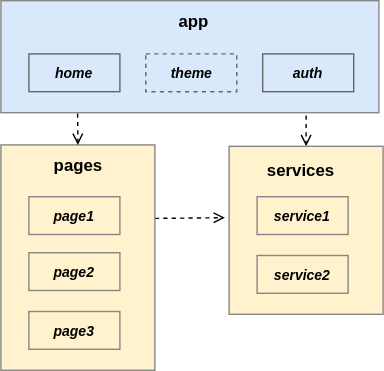
This is docs/diagrams/pigal_project_architecture.drawio.svg from MalcomChumchouaPenda/Pigal-Flask, a draw.io export, as it was before one commit. Source tidied: cells renumbered, new cells last; positions are measured from the earlier drawing's top-left corner, leaving out a move shared by most shapes.
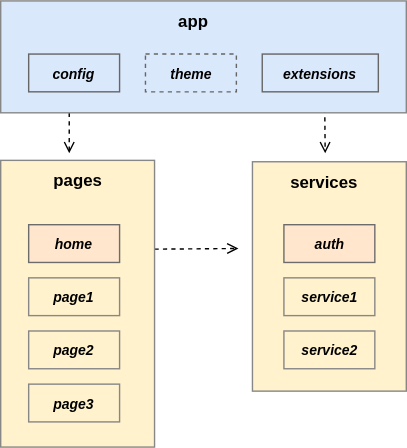
The same diagram one commit later.

Diff of the diagram source:
```diff
@@ -4,59 +4,68 @@
     <mxCell id="1" parent="0" />
     <mxCell id="2" style="rounded=0;orthogonalLoop=1;jettySize=auto;html=1;dashed=1;endArrow=open;endFill=0;exitX=1;exitY=0.5;exitDx=0;exitDy=0;" parent="1" edge="1">
       <mxGeometry relative="1" as="geometry">
-        <mxPoint x="110" y="155.5" as="sourcePoint" />
-        <mxPoint x="160" y="155" as="targetPoint" />
+        <mxPoint x="110" y="177.5" as="sourcePoint" />
+        <mxPoint x="170" y="177" as="targetPoint" />
       </mxGeometry>
     </mxCell>
     <mxCell id="3" style="rounded=0;whiteSpace=wrap;html=1;fillColor=#fff2cc;strokeColor=#878787;fontSize=12;" parent="1" vertex="1">
-      <mxGeometry y="103" width="110" height="161" as="geometry" />
+      <mxGeometry y="114" width="110" height="205" as="geometry" />
     </mxCell>
     <mxCell id="4" value="pages" style="text;html=1;strokeColor=none;fillColor=none;align=center;verticalAlign=middle;whiteSpace=wrap;rounded=0;fontStyle=1;fontSize=12;" parent="1" vertex="1">
-      <mxGeometry x="30" y="103" width="51" height="30" as="geometry" />
+      <mxGeometry x="30" y="114" width="51" height="30" as="geometry" />
     </mxCell>
-    <mxCell id="5" style="rounded=0;jettySize=auto;html=1;dashed=1;endArrow=open;endFill=0;fontSize=12;entryX=0.5;entryY=0;entryDx=0;entryDy=0;startArrow=none;startFill=0;edgeStyle=orthogonalEdgeStyle;exitX=0.203;exitY=1.007;exitDx=0;exitDy=0;exitPerimeter=0;" parent="1" edge="1" source="7" target="3">
-      <mxGeometry relative="1" as="geometry" />
+    <mxCell id="5" style="rounded=0;orthogonalLoop=1;jettySize=auto;html=1;dashed=1;endArrow=open;endFill=0;fontSize=12;startArrow=none;startFill=0;exitX=0.25;exitY=1;exitDx=0;exitDy=0;" parent="1" edge="1">
+      <mxGeometry relative="1" as="geometry">
+        <mxPoint x="49" y="80" as="sourcePoint" />
+        <mxPoint x="49" y="109" as="targetPoint" />
+      </mxGeometry>
     </mxCell>
-    <mxCell id="6" style="rounded=0;jettySize=auto;html=1;entryX=0.5;entryY=0;entryDx=0;entryDy=0;endArrow=open;endFill=0;dashed=1;startArrow=none;startFill=0;" parent="1" edge="1" target="8">
+    <mxCell id="6" style="rounded=0;jettySize=auto;html=1;endArrow=open;endFill=0;dashed=1;startArrow=none;startFill=0;exitX=0.799;exitY=0.965;exitDx=0;exitDy=0;exitPerimeter=0;" parent="1" edge="1" source="7">
       <mxGeometry relative="1" as="geometry">
-        <mxPoint x="218" y="82" as="sourcePoint" />
+        <mxPoint x="232" y="109" as="targetPoint" />
       </mxGeometry>
     </mxCell>
     <mxCell id="7" style="rounded=0;whiteSpace=wrap;html=1;fillColor=#dae8fc;fontStyle=1;fontSize=12;strokeColor=#878787;" parent="1" vertex="1">
-      <mxGeometry width="270" height="80" as="geometry" />
+      <mxGeometry width="290" height="80" as="geometry" />
     </mxCell>
     <mxCell id="8" style="rounded=0;whiteSpace=wrap;html=1;fillColor=#fff2cc;strokeColor=#878787;fontSize=12;" parent="1" vertex="1">
-      <mxGeometry x="163" y="104" width="110" height="120" as="geometry" />
+      <mxGeometry x="180" y="115" width="110" height="164" as="geometry" />
     </mxCell>
     <mxCell id="9" value="services" style="text;html=1;strokeColor=none;fillColor=none;align=center;verticalAlign=middle;whiteSpace=wrap;rounded=0;fontStyle=1;fontSize=12;" parent="1" vertex="1">
-      <mxGeometry x="189" y="107" width="51" height="30" as="geometry" />
+      <mxGeometry x="206" y="115" width="51" height="30" as="geometry" />
     </mxCell>
     <mxCell id="10" value="service1" style="rounded=0;whiteSpace=wrap;html=1;fillColor=none;fontStyle=3;fontSize=10;strokeColor=#878787;strokeWidth=1;" parent="1" vertex="1">
-      <mxGeometry x="183" y="140" width="65" height="27" as="geometry" />
+      <mxGeometry x="202.5" y="198" width="65" height="27" as="geometry" />
     </mxCell>
     <mxCell id="11" value="app" style="text;html=1;strokeColor=none;fillColor=none;align=center;verticalAlign=middle;whiteSpace=wrap;rounded=0;fontStyle=1;fontSize=12;" parent="1" vertex="1">
       <mxGeometry x="120.2" width="35.5" height="30" as="geometry" />
     </mxCell>
     <mxCell id="12" value="page1" style="rounded=0;whiteSpace=wrap;html=1;fillColor=none;fontStyle=3;fontSize=10;strokeColor=#878787;strokeWidth=1;" parent="1" vertex="1">
-      <mxGeometry x="20" y="140" width="65" height="27" as="geometry" />
+      <mxGeometry x="20" y="198" width="65" height="27" as="geometry" />
     </mxCell>
     <mxCell id="13" value="service2" style="rounded=0;whiteSpace=wrap;html=1;fillColor=none;fontStyle=3;fontSize=10;strokeColor=#878787;strokeWidth=1;" parent="1" vertex="1">
-      <mxGeometry x="183" y="182" width="65" height="27" as="geometry" />
+      <mxGeometry x="202.5" y="236" width="65" height="27" as="geometry" />
     </mxCell>
     <mxCell id="14" value="page2" style="rounded=0;whiteSpace=wrap;html=1;fillColor=none;fontStyle=3;fontSize=10;strokeColor=#878787;strokeWidth=1;" parent="1" vertex="1">
-      <mxGeometry x="20" y="180" width="65" height="27" as="geometry" />
+      <mxGeometry x="20" y="236" width="65" height="27" as="geometry" />
     </mxCell>
     <mxCell id="15" value="page3" style="rounded=0;whiteSpace=wrap;html=1;fillColor=none;fontStyle=3;fontSize=10;strokeColor=#878787;strokeWidth=1;" parent="1" vertex="1">
-      <mxGeometry x="20" y="222" width="65" height="27" as="geometry" />
+      <mxGeometry x="20" y="274" width="65" height="27" as="geometry" />
     </mxCell>
-    <mxCell id="16" value="home" style="rounded=0;whiteSpace=wrap;html=1;fillColor=#dae8fc;fontStyle=3;fontSize=10;strokeColor=#666666;strokeWidth=1;" parent="1" vertex="1">
+    <mxCell id="16" value="config" style="rounded=0;whiteSpace=wrap;html=1;fillColor=#dae8fc;fontStyle=3;fontSize=10;strokeColor=#666666;strokeWidth=1;" parent="1" vertex="1">
       <mxGeometry x="20" y="38" width="65" height="27" as="geometry" />
     </mxCell>
-    <mxCell id="17" value="auth" style="rounded=0;whiteSpace=wrap;html=1;fillColor=#dae8fc;fontStyle=3;fontSize=10;strokeColor=#666666;strokeWidth=1;" parent="1" vertex="1">
-      <mxGeometry x="187" y="38" width="65" height="27" as="geometry" />
+    <mxCell id="17" value="extensions" style="rounded=0;whiteSpace=wrap;html=1;fillColor=#dae8fc;fontStyle=3;fontSize=10;strokeColor=#666666;strokeWidth=1;" parent="1" vertex="1">
+      <mxGeometry x="187" y="38" width="83" height="27" as="geometry" />
     </mxCell>
     <mxCell id="18" value="theme" style="rounded=0;whiteSpace=wrap;html=1;fillColor=#dae8fc;fontStyle=3;fontSize=10;strokeColor=#666666;strokeWidth=1;dashed=1;" parent="1" vertex="1">
       <mxGeometry x="103.5" y="38" width="65" height="27" as="geometry" />
     </mxCell>
+    <mxCell id="19" value="home" style="rounded=0;whiteSpace=wrap;html=1;fillColor=#ffe6cc;fontStyle=3;fontSize=10;strokeColor=#6C6C6C;strokeWidth=1;" parent="1" vertex="1">
+      <mxGeometry x="20" y="160" width="65" height="27" as="geometry" />
+    </mxCell>
+    <mxCell id="20" value="auth" style="rounded=0;whiteSpace=wrap;html=1;fillColor=#ffe6cc;fontStyle=3;fontSize=10;strokeColor=#6C6C6C;strokeWidth=1;" parent="1" vertex="1">
+      <mxGeometry x="202.5" y="160" width="65" height="27" as="geometry" />
+    </mxCell>
   </root>
 </mxGraphModel>
```
